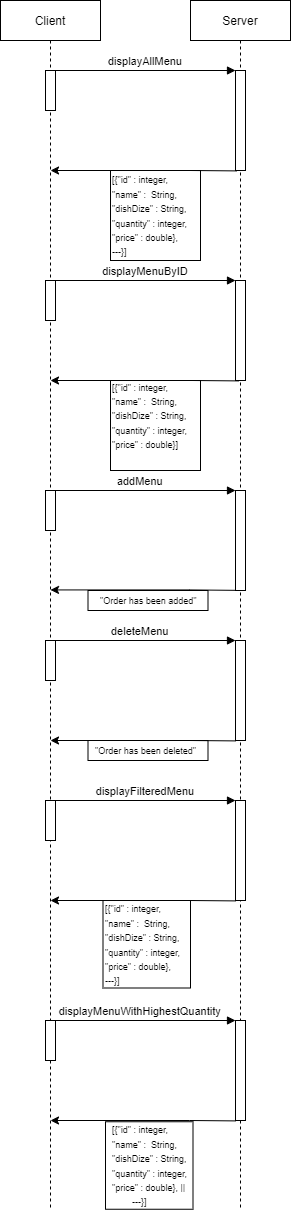
Above: OOP_Feature_18_Dawid_Nalepa_SD2b.png in ndavido/Dawid_Nalepa_D00239107_OOP_CA5 (draw.io), before the change. Source tidied: cells renumbered, new cells last; positions are measured from the earlier drawing's top-left corner, leaving out a move shared by most shapes. Its diagram source:
```xml
<mxGraphModel>
  <root>
    <mxCell id="0" />
    <mxCell id="1" parent="0" />
    <mxCell id="2" style="whiteSpace=wrap;html=1;labelBackgroundColor=none;fontSize=9;fillColor=default;" parent="1" vertex="1">
      <mxGeometry x="105" y="1121.2" width="87.5" height="87.5" as="geometry" />
    </mxCell>
    <mxCell id="3" style="whiteSpace=wrap;html=1;labelBackgroundColor=none;fontSize=9;fillColor=default;" parent="1" vertex="1">
      <mxGeometry x="102.5" y="900" width="87.5" height="87.5" as="geometry" />
    </mxCell>
    <mxCell id="4" style="whiteSpace=wrap;html=1;labelBackgroundColor=none;fontSize=9;fillColor=default;" parent="1" vertex="1">
      <mxGeometry x="110" y="380" width="90" height="90" as="geometry" />
    </mxCell>
    <mxCell id="5" style="rounded=0;whiteSpace=wrap;html=1;labelBackgroundColor=none;fontSize=9;fillColor=default;" parent="1" vertex="1">
      <mxGeometry x="87.5" y="740" width="120" height="20" as="geometry" />
    </mxCell>
    <mxCell id="6" style="rounded=0;whiteSpace=wrap;html=1;labelBackgroundColor=none;fontSize=9;fillColor=default;" parent="1" vertex="1">
      <mxGeometry x="87.5" y="590" width="120" height="20" as="geometry" />
    </mxCell>
    <mxCell id="7" style="whiteSpace=wrap;html=1;labelBackgroundColor=none;fontSize=9;fillColor=default;" parent="1" vertex="1">
      <mxGeometry x="110" y="170" width="90" height="90" as="geometry" />
    </mxCell>
    <mxCell id="8" value="Client" style="shape=umlLifeline;perimeter=lifelinePerimeter;rounded=0;shadow=0;strokeWidth=1;" parent="1" vertex="1">
      <mxGeometry width="100" height="1210" as="geometry" />
    </mxCell>
    <mxCell id="9" style="points=[];perimeter=orthogonalPerimeter;rounded=0;shadow=0;strokeWidth=1;" parent="8" vertex="1">
      <mxGeometry x="45" y="70" width="10" height="40" as="geometry" />
    </mxCell>
    <mxCell id="10" style="perimeter=orthogonalPerimeter;rounded=0;shadow=0;strokeWidth=1;" parent="8" vertex="1">
      <mxGeometry x="45" y="280" width="10" height="40" as="geometry" />
    </mxCell>
    <mxCell id="11" style="perimeter=orthogonalPerimeter;rounded=0;shadow=0;strokeWidth=1;" parent="8" vertex="1">
      <mxGeometry x="45" y="490" width="10" height="40" as="geometry" />
    </mxCell>
    <mxCell id="12" style="perimeter=orthogonalPerimeter;rounded=0;shadow=0;strokeWidth=1;" parent="8" vertex="1">
      <mxGeometry x="45" y="640" width="10" height="40" as="geometry" />
    </mxCell>
    <mxCell id="13" style="perimeter=orthogonalPerimeter;rounded=0;shadow=0;strokeWidth=1;" parent="8" vertex="1">
      <mxGeometry x="45" y="800" width="10" height="40" as="geometry" />
    </mxCell>
    <mxCell id="14" style="perimeter=orthogonalPerimeter;rounded=0;shadow=0;strokeWidth=1;" parent="8" vertex="1">
      <mxGeometry x="45" y="1020" width="10" height="40" as="geometry" />
    </mxCell>
    <mxCell id="15" value="Server" style="shape=umlLifeline;perimeter=lifelinePerimeter;rounded=0;shadow=0;strokeWidth=1;" parent="1" vertex="1">
      <mxGeometry x="190" width="100" height="1210" as="geometry" />
    </mxCell>
    <mxCell id="16" style="points=[];perimeter=orthogonalPerimeter;rounded=0;shadow=0;strokeWidth=1;" parent="15" vertex="1">
      <mxGeometry x="45" y="70" width="10" height="100" as="geometry" />
    </mxCell>
    <mxCell id="17" style="perimeter=orthogonalPerimeter;rounded=0;shadow=0;strokeWidth=1;" parent="15" vertex="1">
      <mxGeometry x="45" y="280" width="10" height="100" as="geometry" />
    </mxCell>
    <mxCell id="18" style="perimeter=orthogonalPerimeter;rounded=0;shadow=0;strokeWidth=1;" parent="15" vertex="1">
      <mxGeometry x="45" y="490" width="10" height="100" as="geometry" />
    </mxCell>
    <mxCell id="19" style="endArrow=classic;html=1;rounded=0;exitX=0.12;exitY=1.004;exitDx=0;exitDy=0;exitPerimeter=0;" parent="15" edge="1">
      <mxGeometry relative="1" as="geometry">
        <mxPoint x="45" y="589.8" as="sourcePoint" />
        <mxPoint x="-140" y="589.4" as="targetPoint" />
        <Array as="points">
          <mxPoint x="-1.2" y="589.4" />
        </Array>
      </mxGeometry>
    </mxCell>
    <mxCell id="20" style="perimeter=orthogonalPerimeter;rounded=0;shadow=0;strokeWidth=1;" parent="15" vertex="1">
      <mxGeometry x="45" y="640" width="10" height="100" as="geometry" />
    </mxCell>
    <mxCell id="21" style="endArrow=classic;html=1;rounded=0;exitX=0.12;exitY=1.004;exitDx=0;exitDy=0;exitPerimeter=0;" parent="15" edge="1">
      <mxGeometry relative="1" as="geometry">
        <mxPoint x="45" y="740.4" as="sourcePoint" />
        <mxPoint x="-140" y="740" as="targetPoint" />
        <Array as="points">
          <mxPoint x="-1.2" y="740" />
        </Array>
      </mxGeometry>
    </mxCell>
    <mxCell id="22" style="perimeter=orthogonalPerimeter;rounded=0;shadow=0;strokeWidth=1;" parent="15" vertex="1">
      <mxGeometry x="45" y="800" width="10" height="100" as="geometry" />
    </mxCell>
    <mxCell id="23" style="endArrow=classic;html=1;rounded=0;exitX=0.12;exitY=1.004;exitDx=0;exitDy=0;exitPerimeter=0;" parent="15" edge="1">
      <mxGeometry relative="1" as="geometry">
        <mxPoint x="45" y="900.4" as="sourcePoint" />
        <mxPoint x="-140" y="900" as="targetPoint" />
        <Array as="points">
          <mxPoint x="-1.2" y="900" />
        </Array>
      </mxGeometry>
    </mxCell>
    <mxCell id="24" style="perimeter=orthogonalPerimeter;rounded=0;shadow=0;strokeWidth=1;" parent="15" vertex="1">
      <mxGeometry x="45" y="1020" width="10" height="100" as="geometry" />
    </mxCell>
    <mxCell id="25" value="displayAllMenu" style="verticalAlign=bottom;endArrow=block;entryX=0;entryY=0;shadow=0;strokeWidth=1;" parent="1" edge="1" source="9" target="16">
      <mxGeometry relative="1" as="geometry" />
    </mxCell>
    <mxCell id="26" style="endArrow=classic;html=1;rounded=0;exitX=0.12;exitY=1.004;exitDx=0;exitDy=0;exitPerimeter=0;" parent="1" edge="1" source="16" target="8">
      <mxGeometry relative="1" as="geometry">
        <Array as="points">
          <mxPoint x="190" y="170" />
        </Array>
      </mxGeometry>
    </mxCell>
    <mxCell id="27" value="displayMenuByID" style="verticalAlign=bottom;endArrow=block;entryX=0;entryY=0;shadow=0;strokeWidth=1;" parent="1" edge="1">
      <mxGeometry relative="1" as="geometry">
        <mxPoint x="55" y="280" as="sourcePoint" />
        <mxPoint x="235" y="280" as="targetPoint" />
      </mxGeometry>
    </mxCell>
    <mxCell id="28" style="endArrow=classic;html=1;rounded=0;exitX=0.12;exitY=1.004;exitDx=0;exitDy=0;exitPerimeter=0;" parent="1" edge="1">
      <mxGeometry relative="1" as="geometry">
        <mxPoint x="238.2" y="380.4" as="sourcePoint" />
        <mxPoint x="50" y="380" as="targetPoint" />
        <Array as="points">
          <mxPoint x="192" y="380" />
        </Array>
      </mxGeometry>
    </mxCell>
    <mxCell id="29" value="addMenu" style="verticalAlign=bottom;endArrow=block;entryX=0;entryY=0;shadow=0;strokeWidth=1;" parent="1" edge="1">
      <mxGeometry x="-0.06" relative="1" as="geometry">
        <mxPoint x="55" y="490" as="sourcePoint" />
        <mxPoint x="235" y="490" as="targetPoint" />
      </mxGeometry>
    </mxCell>
    <mxCell id="30" value="&lt;font style=&quot;font-size: 9px&quot;&gt;&quot;Order has been added&quot;&lt;/font&gt;" style="text;html=1;strokeColor=none;fillColor=none;align=left;verticalAlign=middle;whiteSpace=wrap;rounded=0;" parent="1" vertex="1">
      <mxGeometry x="97.5" y="575" width="100" height="50" as="geometry" />
    </mxCell>
    <mxCell id="31" value="deleteMenu" style="verticalAlign=bottom;endArrow=block;entryX=0;entryY=0;shadow=0;strokeWidth=1;" parent="1" edge="1">
      <mxGeometry x="-0.06" relative="1" as="geometry">
        <mxPoint x="55" y="640" as="sourcePoint" />
        <mxPoint x="235" y="640" as="targetPoint" />
      </mxGeometry>
    </mxCell>
    <mxCell id="32" value="&lt;font style=&quot;font-size: 9px&quot;&gt;&quot;Order has been deleted&quot;&lt;/font&gt;" style="text;html=1;strokeColor=none;fillColor=none;align=left;verticalAlign=middle;whiteSpace=wrap;rounded=0;" parent="1" vertex="1">
      <mxGeometry x="92.5" y="725" width="105" height="50" as="geometry" />
    </mxCell>
    <mxCell id="33" value="displayFilteredMenu" style="verticalAlign=bottom;endArrow=block;entryX=0;entryY=0;shadow=0;strokeWidth=1;" parent="1" edge="1">
      <mxGeometry relative="1" as="geometry">
        <mxPoint x="55" y="800" as="sourcePoint" />
        <mxPoint x="235" y="800" as="targetPoint" />
      </mxGeometry>
    </mxCell>
    <mxCell id="34" value="&lt;font style=&quot;font-size: 9px&quot;&gt;&lt;span&gt;[{&quot;id&quot; : integer,&lt;/span&gt;&lt;br style=&quot;padding: 0px ; margin: 0px&quot;&gt;&lt;span&gt;&quot;name&quot; :&amp;nbsp; String,&lt;/span&gt;&lt;br style=&quot;padding: 0px ; margin: 0px&quot;&gt;&lt;span&gt;&quot;dishDize&quot; : String,&lt;/span&gt;&lt;br style=&quot;padding: 0px ; margin: 0px&quot;&gt;&lt;span&gt;&quot;quantity&quot; : integer,&lt;/span&gt;&lt;br style=&quot;padding: 0px ; margin: 0px&quot;&gt;&lt;span&gt;&quot;price&quot; : double}, &lt;br&gt;---}]&lt;/span&gt;&lt;/font&gt;" style="text;html=1;strokeColor=none;fillColor=none;align=left;verticalAlign=middle;whiteSpace=wrap;rounded=0;" parent="1" vertex="1">
      <mxGeometry x="102.5" y="928.8" width="90" height="30" as="geometry" />
    </mxCell>
    <mxCell id="35" value="&lt;font style=&quot;font-size: 9px&quot;&gt;&lt;span&gt;[{&quot;id&quot; : integer,&lt;/span&gt;&lt;br style=&quot;padding: 0px ; margin: 0px&quot;&gt;&lt;span&gt;&quot;name&quot; :&amp;nbsp; String,&lt;/span&gt;&lt;br style=&quot;padding: 0px ; margin: 0px&quot;&gt;&lt;span&gt;&quot;dishDize&quot; : String,&lt;/span&gt;&lt;br style=&quot;padding: 0px ; margin: 0px&quot;&gt;&lt;span&gt;&quot;quantity&quot; : integer,&lt;/span&gt;&lt;br style=&quot;padding: 0px ; margin: 0px&quot;&gt;&lt;span&gt;&quot;price&quot; : double}, || &lt;br&gt;&lt;span style=&quot;white-space: pre&quot;&gt;&#9;&lt;/span&gt;---}]&lt;/span&gt;&lt;/font&gt;" style="text;html=1;strokeColor=none;fillColor=none;align=left;verticalAlign=middle;whiteSpace=wrap;rounded=0;" parent="1" vertex="1">
      <mxGeometry x="110" y="1150" width="90" height="30" as="geometry" />
    </mxCell>
    <mxCell id="36" value="&lt;font style=&quot;font-size: 9px&quot;&gt;&lt;span&gt;[{&quot;id&quot; : integer,&lt;/span&gt;&lt;br style=&quot;padding: 0px ; margin: 0px&quot;&gt;&lt;span&gt;&quot;name&quot; :&amp;nbsp; String,&lt;/span&gt;&lt;br style=&quot;padding: 0px ; margin: 0px&quot;&gt;&lt;span&gt;&quot;dishDize&quot; : String,&lt;/span&gt;&lt;br style=&quot;padding: 0px ; margin: 0px&quot;&gt;&lt;span&gt;&quot;quantity&quot; : integer,&lt;/span&gt;&lt;br style=&quot;padding: 0px ; margin: 0px&quot;&gt;&lt;span&gt;&quot;price&quot; : double}, &lt;br&gt;---}]&lt;/span&gt;&lt;/font&gt;" style="text;html=1;strokeColor=none;fillColor=none;align=left;verticalAlign=middle;whiteSpace=wrap;rounded=0;" parent="1" vertex="1">
      <mxGeometry x="110" y="200" width="90" height="30" as="geometry" />
    </mxCell>
    <mxCell id="37" value="&lt;font style=&quot;font-size: 9px&quot;&gt;&lt;span&gt;[{&quot;id&quot; : integer,&lt;/span&gt;&lt;br style=&quot;padding: 0px ; margin: 0px&quot;&gt;&lt;span&gt;&quot;name&quot; :&amp;nbsp; String,&lt;/span&gt;&lt;br style=&quot;padding: 0px ; margin: 0px&quot;&gt;&lt;span&gt;&quot;dishDize&quot; : String,&lt;/span&gt;&lt;br style=&quot;padding: 0px ; margin: 0px&quot;&gt;&lt;span&gt;&quot;quantity&quot; : integer,&lt;/span&gt;&lt;br style=&quot;padding: 0px ; margin: 0px&quot;&gt;&lt;span&gt;&quot;price&quot; : double}]&lt;/span&gt;&lt;/font&gt;" style="text;html=1;strokeColor=none;fillColor=none;align=left;verticalAlign=middle;whiteSpace=wrap;rounded=0;" parent="1" vertex="1">
      <mxGeometry x="110" y="400" width="90" height="30" as="geometry" />
    </mxCell>
    <mxCell id="38" value="displayMenuWithHighestQuantity" style="verticalAlign=bottom;endArrow=block;entryX=0;entryY=0;shadow=0;strokeWidth=1;" parent="1" edge="1">
      <mxGeometry x="-0.06" relative="1" as="geometry">
        <mxPoint x="55" y="1020" as="sourcePoint" />
        <mxPoint x="235" y="1020" as="targetPoint" />
      </mxGeometry>
    </mxCell>
    <mxCell id="39" style="endArrow=classic;html=1;rounded=0;exitX=0.12;exitY=1.004;exitDx=0;exitDy=0;exitPerimeter=0;" parent="1" edge="1">
      <mxGeometry relative="1" as="geometry">
        <mxPoint x="235" y="1120.4" as="sourcePoint" />
        <mxPoint x="50" y="1120" as="targetPoint" />
        <Array as="points">
          <mxPoint x="188.8" y="1120" />
        </Array>
      </mxGeometry>
    </mxCell>
  </root>
</mxGraphModel>
```
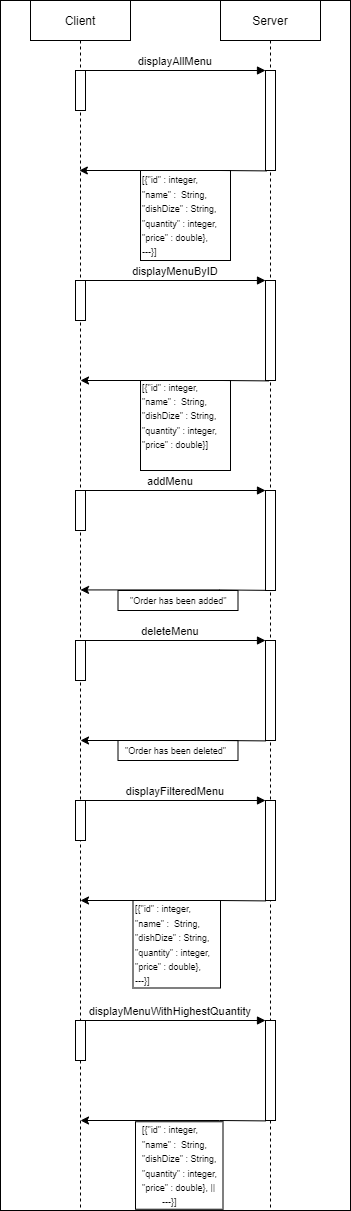
The same diagram one commit later.

Commit message:
Updated Image for Feature 18 due to bad visibility

What changed in the source:
```diff
@@ -2,6 +2,9 @@
   <root>
     <mxCell id="0" />
     <mxCell id="1" parent="0" />
+    <mxCell id="40" style="rounded=0;whiteSpace=wrap;html=1;labelBackgroundColor=none;fontSize=9;fillColor=default;" parent="1" vertex="1">
+      <mxGeometry x="-30" width="350" height="1210" as="geometry" />
+    </mxCell>
     <mxCell id="2" style="whiteSpace=wrap;html=1;labelBackgroundColor=none;fontSize=9;fillColor=default;" parent="1" vertex="1">
       <mxGeometry x="105" y="1121.2" width="87.5" height="87.5" as="geometry" />
     </mxCell>
```
